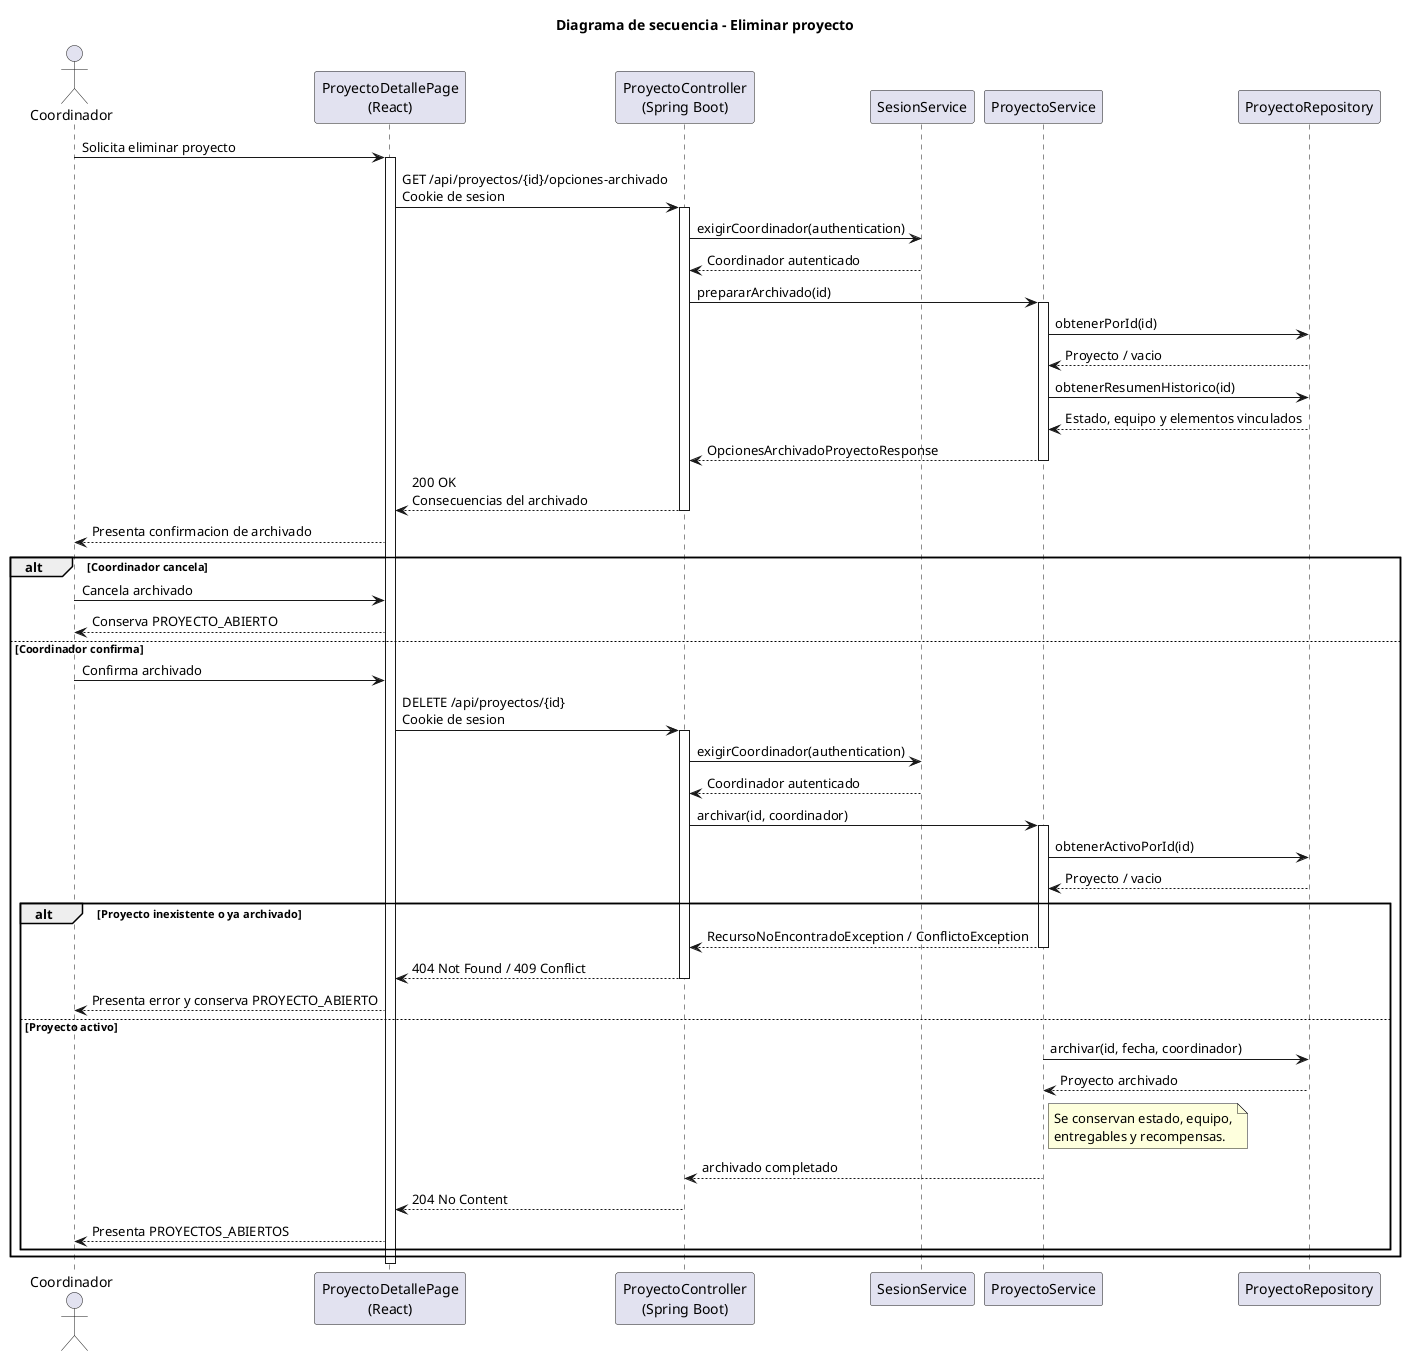
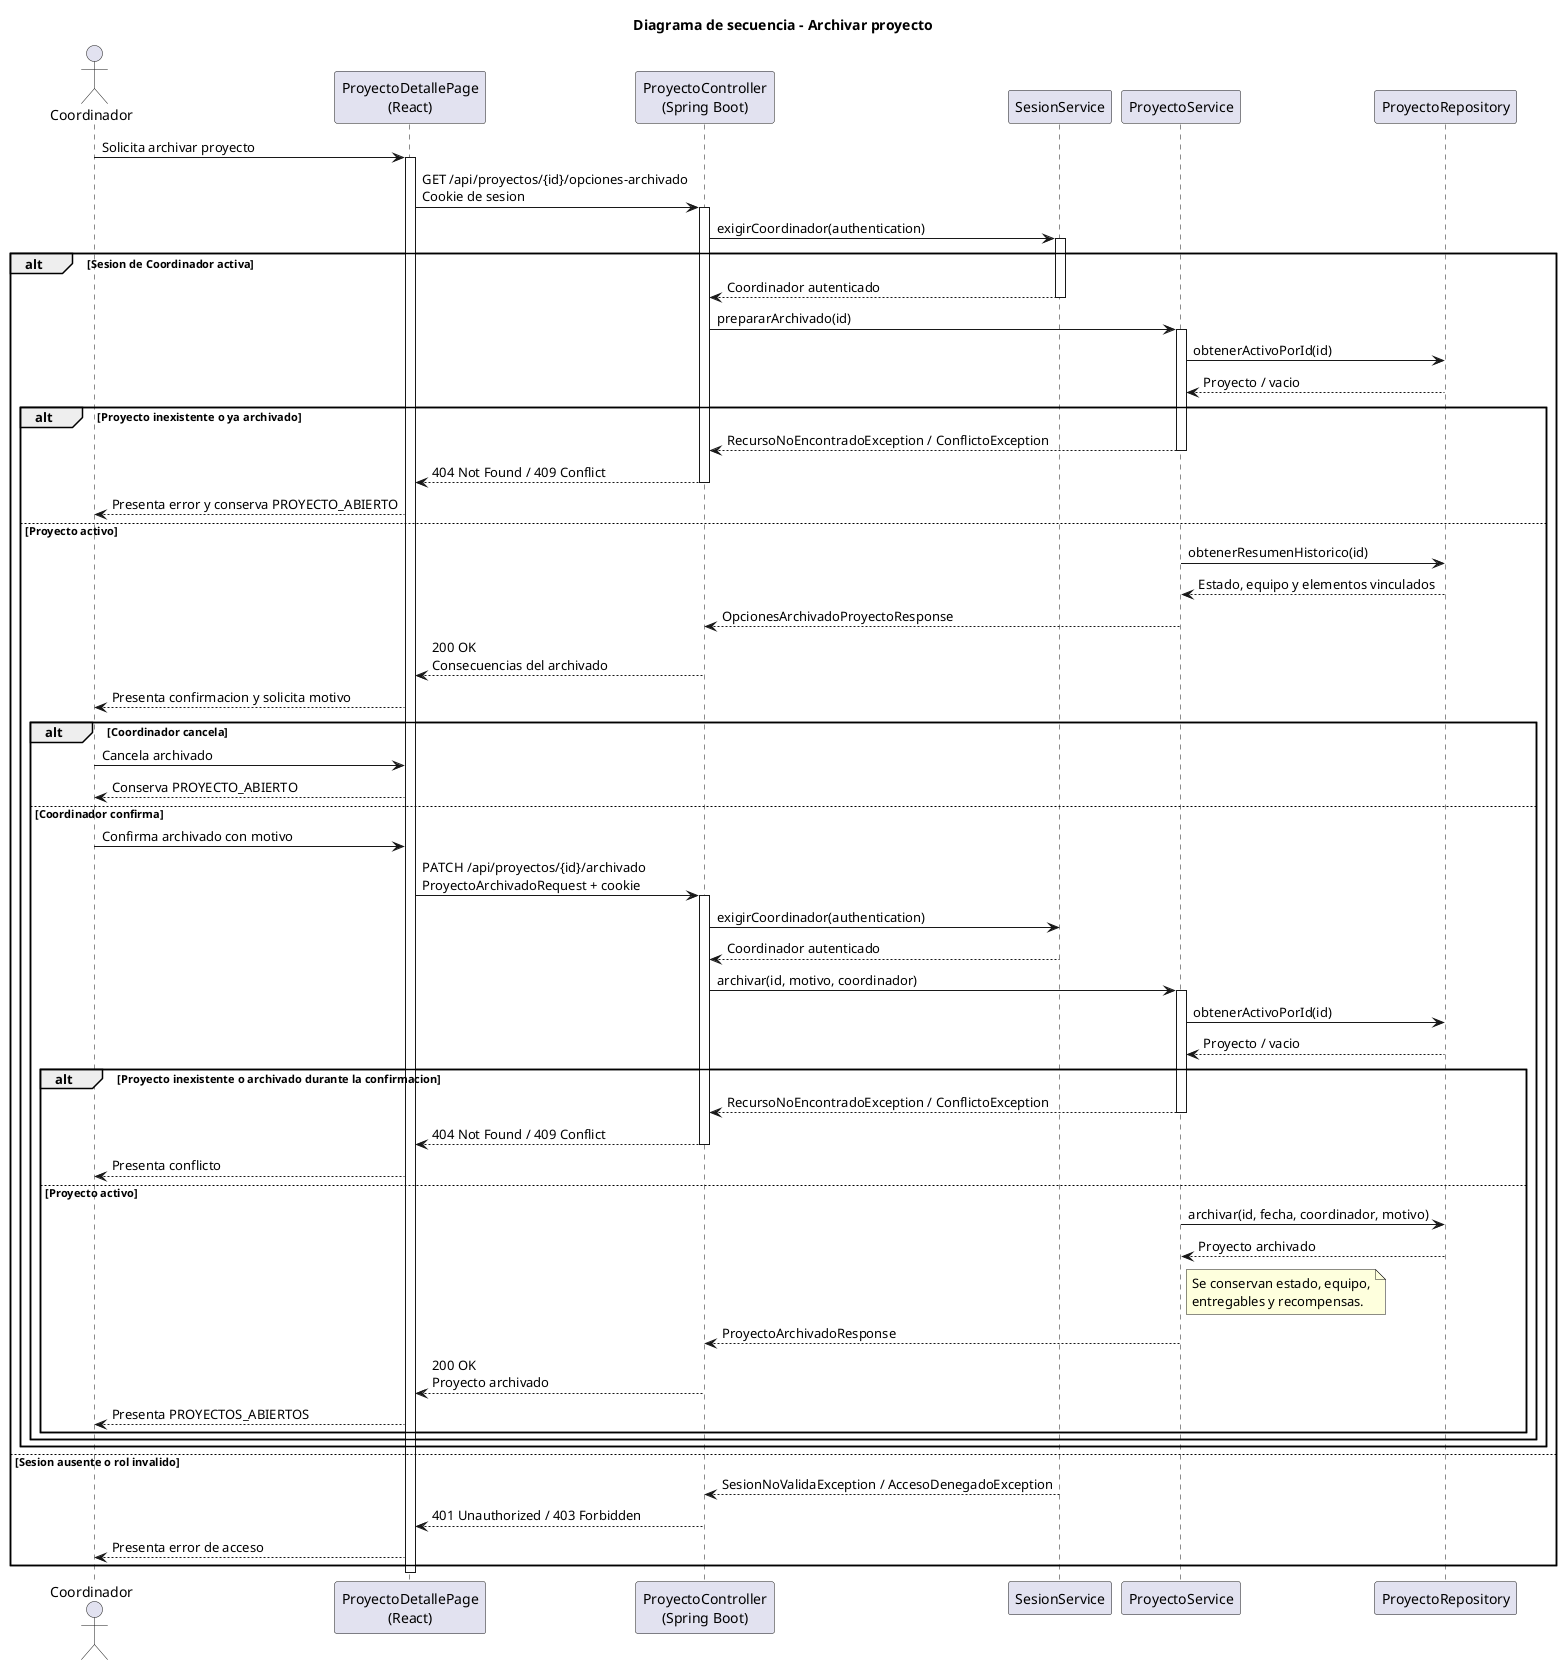
@startuml eliminarProyecto-coordinador-diseno
- title Diagrama de secuencia - Eliminar proyecto
+ title Diagrama de secuencia - Archivar proyecto

actor Coordinador
participant "ProyectoDetallePage\n(React)" as Frontend
participant "ProyectoController\n(Spring Boot)" as Api
participant "SesionService" as Sesion
participant "ProyectoService" as Service
participant "ProyectoRepository" as Repo

- Coordinador -> Frontend: Solicita eliminar proyecto
+ Coordinador -> Frontend: Solicita archivar proyecto
activate Frontend
Frontend -> Api: GET /api/proyectos/{id}/opciones-archivado\nCookie de sesion
activate Api
Api -> Sesion: exigirCoordinador(authentication)
- Sesion --> Api: Coordinador autenticado
- Api -> Service: prepararArchivado(id)
- activate Service
- Service -> Repo: obtenerPorId(id)
- Repo --> Service: Proyecto / vacio
- Service -> Repo: obtenerResumenHistorico(id)
- Repo --> Service: Estado, equipo y elementos vinculados
- Service --> Api: OpcionesArchivadoProyectoResponse
- deactivate Service
- Api --> Frontend: 200 OK\nConsecuencias del archivado
- deactivate Api
- Frontend --> Coordinador: Presenta confirmacion de archivado
- alt Coordinador cancela
-     Coordinador -> Frontend: Cancela archivado
-     Frontend --> Coordinador: Conserva PROYECTO_ABIERTO
- else Coordinador confirma
-     Coordinador -> Frontend: Confirma archivado
-     Frontend -> Api: DELETE /api/proyectos/{id}\nCookie de sesion
-     activate Api
-     Api -> Sesion: exigirCoordinador(authentication)
+ activate Sesion
+ alt Sesion de Coordinador activa
    Sesion --> Api: Coordinador autenticado
-     Api -> Service: archivar(id, coordinador)
+     deactivate Sesion
+     Api -> Service: prepararArchivado(id)
    activate Service
    Service -> Repo: obtenerActivoPorId(id)
    Repo --> Service: Proyecto / vacio
    alt Proyecto inexistente o ya archivado
        Service --> Api: RecursoNoEncontradoException / ConflictoException
        deactivate Service
        Api --> Frontend: 404 Not Found / 409 Conflict
        deactivate Api
        Frontend --> Coordinador: Presenta error y conserva PROYECTO_ABIERTO
    else Proyecto activo
-         Service -> Repo: archivar(id, fecha, coordinador)
-         Repo --> Service: Proyecto archivado
-         note right of Service
-         Se conservan estado, equipo,
-         entregables y recompensas.
-         end note
-         Service --> Api: archivado completado
+         Service -> Repo: obtenerResumenHistorico(id)
+         Repo --> Service: Estado, equipo y elementos vinculados
+         Service --> Api: OpcionesArchivadoProyectoResponse
        deactivate Service
-         Api --> Frontend: 204 No Content
+         Api --> Frontend: 200 OK\nConsecuencias del archivado
        deactivate Api
-         Frontend --> Coordinador: Presenta PROYECTOS_ABIERTOS
+         Frontend --> Coordinador: Presenta confirmacion y solicita motivo
+         alt Coordinador cancela
+             Coordinador -> Frontend: Cancela archivado
+             Frontend --> Coordinador: Conserva PROYECTO_ABIERTO
+         else Coordinador confirma
+             Coordinador -> Frontend: Confirma archivado con motivo
+             Frontend -> Api: PATCH /api/proyectos/{id}/archivado\nProyectoArchivadoRequest + cookie
+             activate Api
+             Api -> Sesion: exigirCoordinador(authentication)
+             Sesion --> Api: Coordinador autenticado
+             Api -> Service: archivar(id, motivo, coordinador)
+             activate Service
+             Service -> Repo: obtenerActivoPorId(id)
+             Repo --> Service: Proyecto / vacio
+             alt Proyecto inexistente o archivado durante la confirmacion
+                 Service --> Api: RecursoNoEncontradoException / ConflictoException
+                 deactivate Service
+                 Api --> Frontend: 404 Not Found / 409 Conflict
+                 deactivate Api
+                 Frontend --> Coordinador: Presenta conflicto
+             else Proyecto activo
+                 Service -> Repo: archivar(id, fecha, coordinador, motivo)
+                 Repo --> Service: Proyecto archivado
+                 note right of Service
+                 Se conservan estado, equipo,
+                 entregables y recompensas.
+                 end note
+                 Service --> Api: ProyectoArchivadoResponse
+                 deactivate Service
+                 Api --> Frontend: 200 OK\nProyecto archivado
+                 deactivate Api
+                 Frontend --> Coordinador: Presenta PROYECTOS_ABIERTOS
+             end
+         end
    end
+ else Sesion ausente o rol invalido
+     Sesion --> Api: SesionNoValidaException / AccesoDenegadoException
+     deactivate Sesion
+     Api --> Frontend: 401 Unauthorized / 403 Forbidden
+     deactivate Api
+     Frontend --> Coordinador: Presenta error de acceso
end
deactivate Frontend
@enduml
